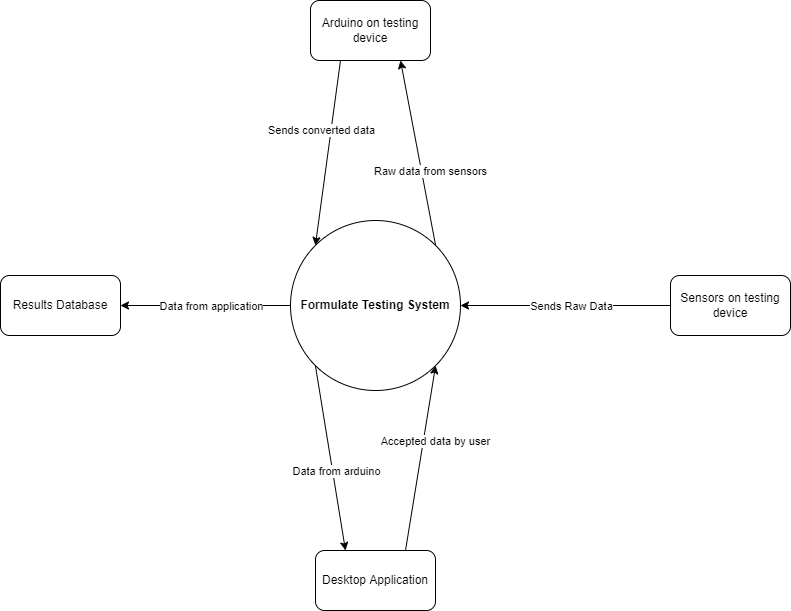
The draw.io diagram docs/SRS/sys_context_diagram.png in ahmed-nazir/Capstone, before a commit. Source tidied: cells renumbered, new cells last; positions are measured from the earlier drawing's top-left corner, leaving out a move shared by most shapes. The source it was exported from:
```xml
<mxGraphModel>
  <root>
    <mxCell id="0" />
    <mxCell id="1" parent="0" />
    <mxCell id="2" value="&lt;b&gt;Formulate Testing System&lt;/b&gt;" style="ellipse;whiteSpace=wrap;html=1;" parent="1" vertex="1">
      <mxGeometry x="290" y="220" width="170" height="170" as="geometry" />
    </mxCell>
    <mxCell id="3" value="Arduino on testing device" style="rounded=1;whiteSpace=wrap;html=1;" parent="1" vertex="1">
      <mxGeometry x="310" width="120" height="60" as="geometry" />
    </mxCell>
    <mxCell id="4" style="endArrow=classic;html=1;rounded=0;exitX=0.25;exitY=1;exitDx=0;exitDy=0;entryX=0;entryY=0;entryDx=0;entryDy=0;" parent="1" edge="1" source="3" target="2">
      <mxGeometry relative="1" as="geometry" />
    </mxCell>
    <mxCell id="5" value="Sends converted data" style="edgeLabel;html=1;align=center;verticalAlign=middle;" parent="4" vertex="1">
      <mxGeometry x="-0.13" y="-1" relative="1" as="geometry">
        <mxPoint x="-8" y="-11" as="offset" />
      </mxGeometry>
    </mxCell>
    <mxCell id="6" value="Sensors on testing device" style="rounded=1;whiteSpace=wrap;html=1;" parent="1" vertex="1">
      <mxGeometry x="670" y="275" width="120" height="60" as="geometry" />
    </mxCell>
    <mxCell id="7" style="endArrow=classic;html=1;rounded=0;entryX=1;entryY=0.5;entryDx=0;entryDy=0;exitX=0;exitY=0.5;exitDx=0;exitDy=0;" parent="1" edge="1" source="6" target="2">
      <mxGeometry relative="1" as="geometry" />
    </mxCell>
    <mxCell id="8" value="Sends Raw Data" style="edgeLabel;html=1;align=center;verticalAlign=middle;" parent="7" vertex="1">
      <mxGeometry x="0.2" y="1" relative="1" as="geometry">
        <mxPoint x="27" y="-1" as="offset" />
      </mxGeometry>
    </mxCell>
    <mxCell id="9" style="endArrow=classic;html=1;rounded=0;entryX=0.75;entryY=1;entryDx=0;entryDy=0;exitX=1;exitY=0;exitDx=0;exitDy=0;" parent="1" edge="1" source="2" target="3">
      <mxGeometry relative="1" as="geometry" />
    </mxCell>
    <mxCell id="10" value="Raw data from sensors" style="edgeLabel;html=1;align=center;verticalAlign=middle;" parent="9" vertex="1">
      <mxGeometry x="-0.24" y="1" relative="1" as="geometry">
        <mxPoint x="9" y="-4" as="offset" />
      </mxGeometry>
    </mxCell>
    <mxCell id="11" value="Desktop Application" style="rounded=1;whiteSpace=wrap;html=1;" parent="1" vertex="1">
      <mxGeometry x="315" y="550" width="120" height="60" as="geometry" />
    </mxCell>
    <mxCell id="12" style="endArrow=classic;html=1;rounded=0;entryX=0.25;entryY=0;entryDx=0;entryDy=0;exitX=0;exitY=1;exitDx=0;exitDy=0;" parent="1" edge="1" source="2" target="11">
      <mxGeometry relative="1" as="geometry" />
    </mxCell>
    <mxCell id="13" value="Data from arduino" style="edgeLabel;html=1;align=center;verticalAlign=middle;" parent="12" vertex="1">
      <mxGeometry x="-0.24" y="1" relative="1" as="geometry">
        <mxPoint x="8" y="34" as="offset" />
      </mxGeometry>
    </mxCell>
    <mxCell id="14" style="endArrow=classic;html=1;rounded=0;exitX=0.75;exitY=0;exitDx=0;exitDy=0;entryX=1;entryY=1;entryDx=0;entryDy=0;" parent="1" edge="1" source="11" target="2">
      <mxGeometry relative="1" as="geometry" />
    </mxCell>
    <mxCell id="15" value="Accepted data by user" style="edgeLabel;html=1;align=center;verticalAlign=middle;" parent="14" vertex="1">
      <mxGeometry x="0.16" relative="1" as="geometry">
        <mxPoint x="12" y="-2" as="offset" />
      </mxGeometry>
    </mxCell>
    <mxCell id="16" value="Results Database" style="rounded=1;whiteSpace=wrap;html=1;" parent="1" vertex="1">
      <mxGeometry y="275" width="120" height="60" as="geometry" />
    </mxCell>
    <mxCell id="17" style="endArrow=classic;html=1;rounded=0;exitX=0;exitY=0.5;exitDx=0;exitDy=0;entryX=1;entryY=0.5;entryDx=0;entryDy=0;" parent="1" edge="1" source="2" target="16">
      <mxGeometry relative="1" as="geometry" />
    </mxCell>
    <mxCell id="18" value="Data from application" style="edgeLabel;html=1;align=center;verticalAlign=middle;" parent="17" vertex="1">
      <mxGeometry x="-0.21" y="1" relative="1" as="geometry">
        <mxPoint x="-13" y="-1" as="offset" />
      </mxGeometry>
    </mxCell>
  </root>
</mxGraphModel>
```
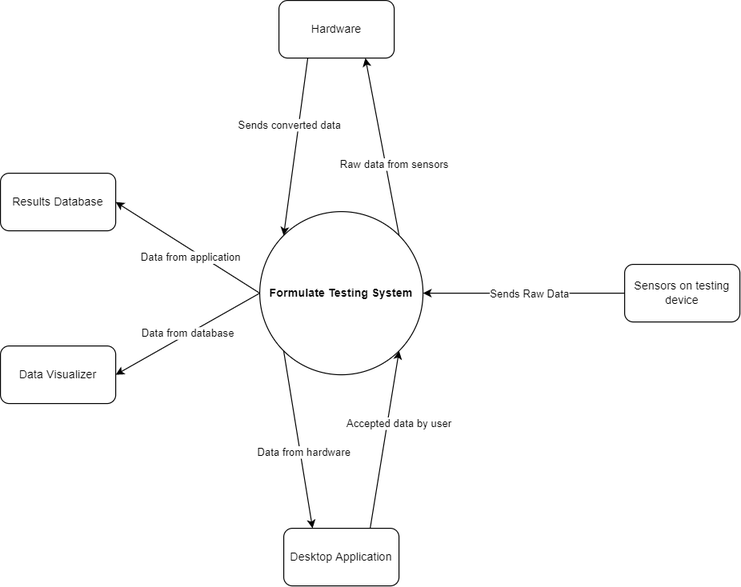
After the commit.

The edit, as a diff of the source:
```diff
@@ -5,7 +5,7 @@
     <mxCell id="2" value="&lt;b&gt;Formulate Testing System&lt;/b&gt;" style="ellipse;whiteSpace=wrap;html=1;" parent="1" vertex="1">
       <mxGeometry x="290" y="220" width="170" height="170" as="geometry" />
     </mxCell>
-    <mxCell id="3" value="Arduino on testing device" style="rounded=1;whiteSpace=wrap;html=1;" parent="1" vertex="1">
+    <mxCell id="3" value="Hardware" style="rounded=1;whiteSpace=wrap;html=1;" parent="1" vertex="1">
       <mxGeometry x="310" width="120" height="60" as="geometry" />
     </mxCell>
     <mxCell id="4" style="endArrow=classic;html=1;rounded=0;exitX=0.25;exitY=1;exitDx=0;exitDy=0;entryX=0;entryY=0;entryDx=0;entryDy=0;" parent="1" edge="1" source="3" target="2">
@@ -41,7 +41,7 @@
     <mxCell id="12" style="endArrow=classic;html=1;rounded=0;entryX=0.25;entryY=0;entryDx=0;entryDy=0;exitX=0;exitY=1;exitDx=0;exitDy=0;" parent="1" edge="1" source="2" target="11">
       <mxGeometry relative="1" as="geometry" />
     </mxCell>
-    <mxCell id="13" value="Data from arduino" style="edgeLabel;html=1;align=center;verticalAlign=middle;" parent="12" vertex="1">
+    <mxCell id="13" value="Data from hardware" style="edgeLabel;html=1;align=center;verticalAlign=middle;" parent="12" vertex="1">
       <mxGeometry x="-0.24" y="1" relative="1" as="geometry">
         <mxPoint x="8" y="34" as="offset" />
       </mxGeometry>
@@ -55,7 +55,7 @@
       </mxGeometry>
     </mxCell>
     <mxCell id="16" value="Results Database" style="rounded=1;whiteSpace=wrap;html=1;" parent="1" vertex="1">
-      <mxGeometry y="275" width="120" height="60" as="geometry" />
+      <mxGeometry x="20" y="180" width="120" height="60" as="geometry" />
     </mxCell>
     <mxCell id="17" style="endArrow=classic;html=1;rounded=0;exitX=0;exitY=0.5;exitDx=0;exitDy=0;entryX=1;entryY=0.5;entryDx=0;entryDy=0;" parent="1" edge="1" source="2" target="16">
       <mxGeometry relative="1" as="geometry" />
@@ -65,5 +65,11 @@
         <mxPoint x="-13" y="-1" as="offset" />
       </mxGeometry>
     </mxCell>
+    <mxCell id="19" value="Data Visualizer" style="rounded=1;whiteSpace=wrap;html=1;" parent="1" vertex="1">
+      <mxGeometry x="20" y="360" width="120" height="60" as="geometry" />
+    </mxCell>
+    <mxCell id="20" value="Data from database" style="endArrow=classic;html=1;rounded=0;entryX=1;entryY=0.5;entryDx=0;entryDy=0;exitX=0;exitY=0.5;exitDx=0;exitDy=0;" parent="1" edge="1" source="2" target="19">
+      <mxGeometry relative="1" as="geometry" />
+    </mxCell>
   </root>
 </mxGraphModel>
```
